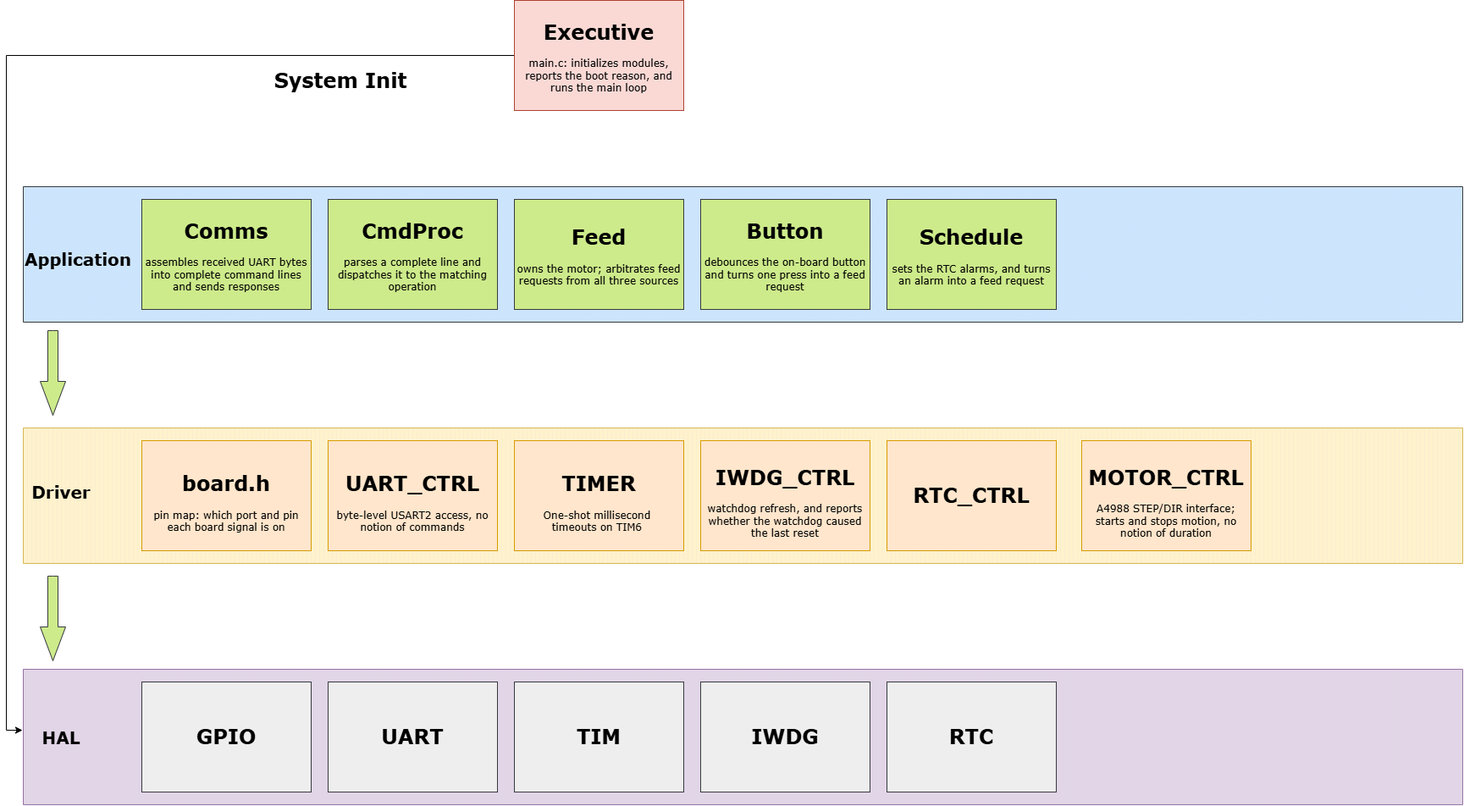
Earlier version of the draw.io export docs/Layered Architecture.png (yuheng2002/FelineGuard). Source tidied: cells renumbered, new cells last; positions are measured from the earlier drawing's top-left corner, leaving out a move shared by most shapes.
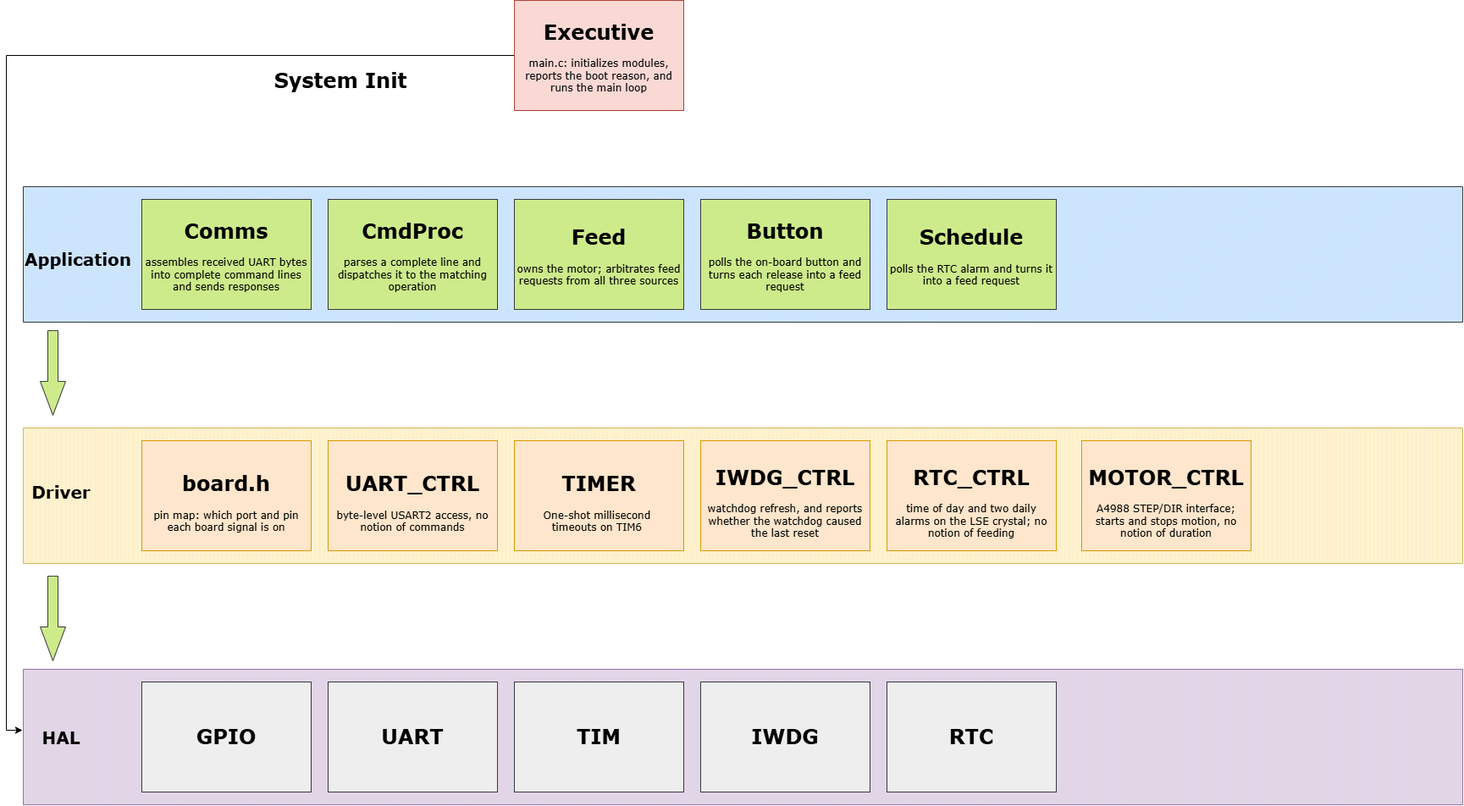
After the commit.

Commit message:
docs: update Button, Schedule and RTC_CTRL in layered diagram

What changed in the source:
```diff
@@ -26,7 +26,7 @@
     <mxCell id="9" value="&lt;h1&gt;&lt;font&gt;TIMER&lt;/font&gt;&lt;/h1&gt;&lt;div&gt;One-shot millisecond&amp;nbsp;&lt;/div&gt;&lt;div&gt;timeouts on TIM6&amp;nbsp;&lt;/div&gt;" style="rounded=0;whiteSpace=wrap;html=1;fillColor=#ffe6cc;strokeColor=#d79b00;fontFamily=Verdana;" parent="1" vertex="1">
       <mxGeometry x="580" y="520" width="200" height="130" as="geometry" />
     </mxCell>
-    <mxCell id="10" value="&lt;h1&gt;&lt;font&gt;RTC_CTRL&lt;/font&gt;&lt;/h1&gt;" style="rounded=0;whiteSpace=wrap;html=1;fillColor=#ffe6cc;strokeColor=#d79b00;fontFamily=Verdana;" parent="1" vertex="1">
+    <mxCell id="10" value="&lt;h1&gt;&lt;font&gt;RTC_CTRL&lt;/font&gt;&lt;/h1&gt;&lt;div&gt;&lt;font&gt;time of day and two daily alarms on the LSE crystal; no notion of feeding&lt;/font&gt;&lt;/div&gt;" style="rounded=0;whiteSpace=wrap;html=1;fillColor=#ffe6cc;strokeColor=#d79b00;fontFamily=Verdana;" parent="1" vertex="1">
       <mxGeometry x="1020" y="520" width="200" height="130" as="geometry" />
     </mxCell>
     <mxCell id="11" style="edgeStyle=orthogonalEdgeStyle;rounded=0;jettySize=auto;html=1;entryX=-0.011;entryY=0.386;entryDx=0;entryDy=0;entryPerimeter=0;" parent="1" edge="1" source="12" target="6">
@@ -71,10 +71,10 @@
     <mxCell id="24" style="html=1;shadow=0;dashed=0;align=center;verticalAlign=middle;shape=mxgraph.arrows2.arrow;dy=0.6;dx=40;direction=south;notch=0;fillColor=#cdeb8b;strokeColor=#36393d;fontFamily=Verdana;" parent="1" vertex="1">
       <mxGeometry x="20" y="390" width="30" height="100" as="geometry" />
     </mxCell>
-    <mxCell id="25" value="&lt;h1&gt;&lt;font&gt;Button&lt;/font&gt;&lt;/h1&gt;&lt;p&gt;debounces the on-board button and turns one press into a feed request&lt;/p&gt;" style="rounded=0;whiteSpace=wrap;html=1;fillColor=#cdeb8b;strokeColor=#36393d;fontFamily=Verdana;" parent="1" vertex="1">
+    <mxCell id="25" value="&lt;h1&gt;&lt;font&gt;Button&lt;/font&gt;&lt;/h1&gt;&lt;p&gt;polls the on-board button and turns each release into a feed request&lt;/p&gt;" style="rounded=0;whiteSpace=wrap;html=1;fillColor=#cdeb8b;strokeColor=#36393d;fontFamily=Verdana;" parent="1" vertex="1">
       <mxGeometry x="800" y="235" width="200" height="130" as="geometry" />
     </mxCell>
-    <mxCell id="26" value="&lt;h1&gt;&lt;font face=&quot;Verdana&quot;&gt;Schedule&lt;/font&gt;&lt;/h1&gt;&lt;p&gt;sets the RTC alarms, and turns an alarm into a feed request&lt;/p&gt;" style="rounded=0;whiteSpace=wrap;html=1;fillColor=#cdeb8b;strokeColor=#36393d;fontFamily=Verdana;" parent="1" vertex="1">
+    <mxCell id="26" value="&lt;h1&gt;&lt;font face=&quot;Verdana&quot;&gt;Schedule&lt;/font&gt;&lt;/h1&gt;&lt;p&gt;polls the RTC alarm and turns it into a feed request&lt;/p&gt;" style="rounded=0;whiteSpace=wrap;html=1;fillColor=#cdeb8b;strokeColor=#36393d;fontFamily=Verdana;" parent="1" vertex="1">
       <mxGeometry x="1020" y="235" width="200" height="130" as="geometry" />
     </mxCell>
     <mxCell id="27" value="&lt;h1&gt;&lt;font face=&quot;Verdana&quot;&gt;System Init&lt;/font&gt;&lt;/h1&gt;" style="text;html=1;whiteSpace=wrap;strokeColor=none;fillColor=none;align=center;verticalAlign=middle;rounded=0;" parent="1" vertex="1">
```
